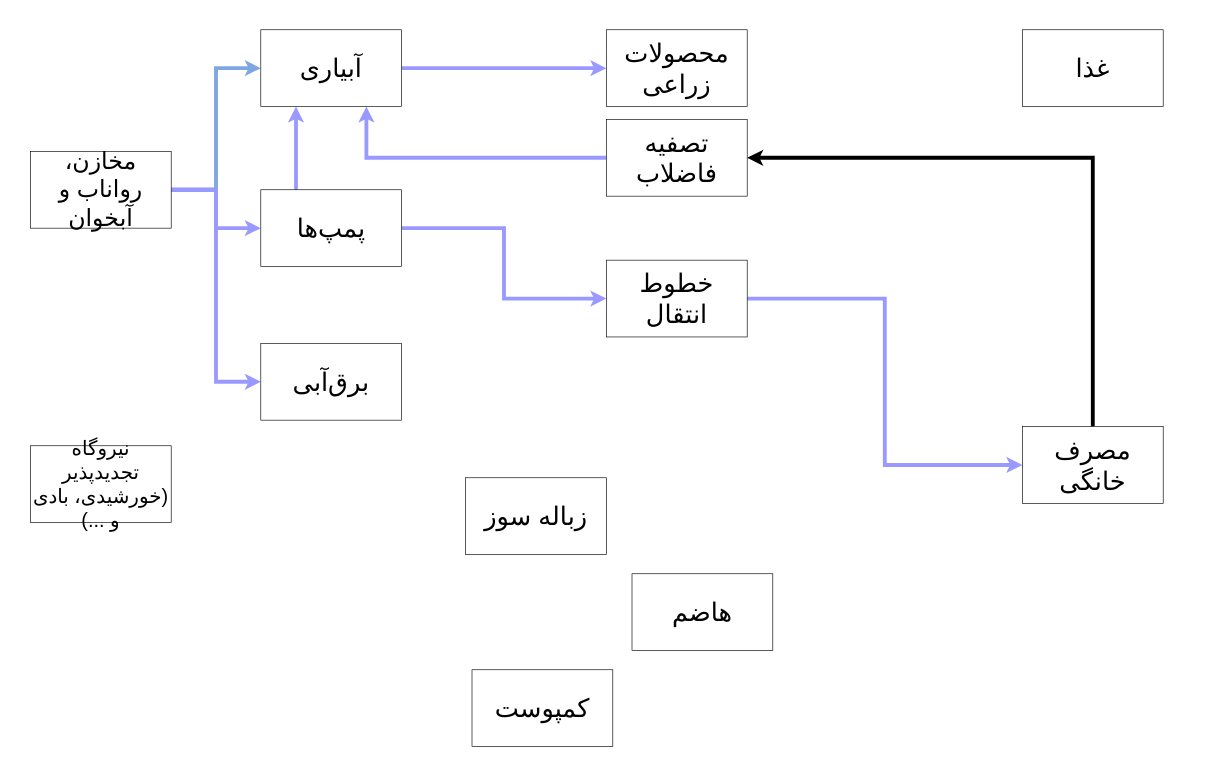
Before: tech.drawio in amirsarikhani/NEST, a draw.io diagram. Source tidied: cells renumbered, new cells numbered last; positions are measured from the earlier drawing's top-left corner, leaving out a move shared by most shapes. Both pictures are drawn from the tidied source at 64%, with x=0, y=0 at pixel (30, 29).
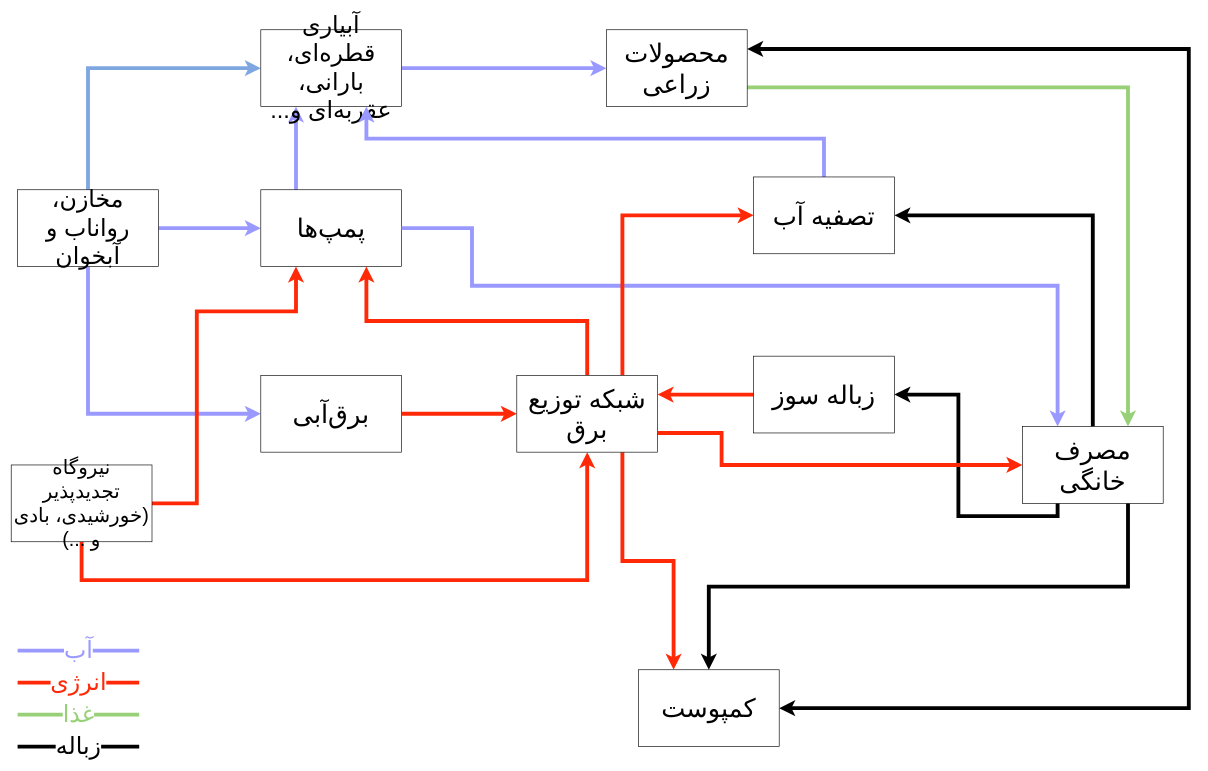
After the change.

The change refers to these unchanged cells:
```xml
<mxCell id="3" value="مصرف خانگی" style="rounded=0;whiteSpace=wrap;html=1;fontFamily=b nazanin;fontSize=40;textDirection=rtl;" parent="1" vertex="1">
  <mxGeometry x="1550" y="620" width="220" height="120" as="geometry" />
</mxCell>
<mxCell id="11" value="پمپ‌ها" style="rounded=0;whiteSpace=wrap;html=1;fontFamily=b nazanin;fontSize=40;textDirection=rtl;" parent="1" vertex="1">
  <mxGeometry x="360" y="250" width="220" height="120" as="geometry" />
</mxCell>
<mxCell id="17" value="محصولات زراعی" style="rounded=0;whiteSpace=wrap;html=1;fontFamily=b nazanin;fontSize=40;textDirection=rtl;" parent="1" vertex="1">
  <mxGeometry x="900" width="220" height="120" as="geometry" />
</mxCell>
```

What changed in the source:
```diff
@@
-    <mxCell id="2" style="edgeStyle=orthogonalEdgeStyle;rounded=0;jumpSize=6;jettySize=auto;html=1;exitX=0.5;exitY=0;exitDx=0;exitDy=0;fontFamily=b nazanin;fontSize=37;strokeWidth=6;entryX=1;entryY=0.5;entryDx=0;entryDy=0;" parent="1" edge="1" source="3" target="19">
+    <mxCell id="2" style="edgeStyle=orthogonalEdgeStyle;rounded=0;jumpSize=6;jettySize=auto;html=1;exitX=0.5;exitY=0;exitDx=0;exitDy=0;fontFamily=b nazanin;fontSize=37;strokeWidth=6;entryX=1;entryY=0.5;entryDx=0;entryDy=0;" parent="1" edge="1" source="3" target="23">
       <mxGeometry relative="1" as="geometry" />
     </mxCell>
+    <mxCell id="24" style="edgeStyle=orthogonalEdgeStyle;rounded=0;jumpSize=6;jettySize=auto;html=1;exitX=0.25;exitY=1;exitDx=0;exitDy=0;entryX=1;entryY=0.5;entryDx=0;entryDy=0;fontFamily=b nazanin;fontSize=37;strokeWidth=6;" parent="1" edge="1" source="3" target="22">
+      <mxGeometry relative="1" as="geometry" />
+    </mxCell>
+    <mxCell id="25" style="edgeStyle=orthogonalEdgeStyle;rounded=0;jumpSize=6;jettySize=auto;html=1;exitX=0.75;exitY=1;exitDx=0;exitDy=0;entryX=0.5;entryY=0;entryDx=0;entryDy=0;fontFamily=b nazanin;fontSize=37;strokeColor=#000000;strokeWidth=6;" parent="1" edge="1" source="3" target="21">
+      <mxGeometry relative="1" as="geometry" />
+    </mxCell>
@@
-    <mxCell id="4" value="غذا" style="rounded=0;whiteSpace=wrap;html=1;fontFamily=b nazanin;fontSize=40;textDirection=rtl;" parent="1" vertex="1">
-      <mxGeometry x="1550" width="220" height="120" as="geometry" />
-    </mxCell>
@@
-    <mxCell id="6" style="edgeStyle=orthogonalEdgeStyle;rounded=0;jettySize=auto;html=1;exitX=1;exitY=0.5;exitDx=0;exitDy=0;entryX=0;entryY=0.5;entryDx=0;entryDy=0;fontFamily=b nazanin;fontSize=37;strokeWidth=6;strokeColor=#7EA6E0;" parent="1" edge="1" source="8" target="16">
+    <mxCell id="6" style="edgeStyle=orthogonalEdgeStyle;rounded=0;jettySize=auto;html=1;exitX=0.5;exitY=0;exitDx=0;exitDy=0;entryX=0;entryY=0.5;entryDx=0;entryDy=0;fontFamily=b nazanin;fontSize=37;strokeWidth=6;strokeColor=#7EA6E0;" parent="1" edge="1" source="8" target="16">
       <mxGeometry relative="1" as="geometry" />
     </mxCell>
-    <mxCell id="7" style="edgeStyle=orthogonalEdgeStyle;rounded=0;jettySize=auto;html=1;exitX=1;exitY=0.5;exitDx=0;exitDy=0;entryX=0;entryY=0.5;entryDx=0;entryDy=0;fontFamily=b nazanin;fontSize=37;strokeWidth=6;strokeColor=#9999FF;" parent="1" edge="1" source="8" target="14">
+    <mxCell id="7" style="edgeStyle=orthogonalEdgeStyle;rounded=0;jettySize=auto;html=1;exitX=0.5;exitY=1;exitDx=0;exitDy=0;entryX=0;entryY=0.5;entryDx=0;entryDy=0;fontFamily=b nazanin;fontSize=37;strokeWidth=6;strokeColor=#9999FF;" parent="1" edge="1" source="8" target="14">
       <mxGeometry relative="1" as="geometry" />
     </mxCell>
     <mxCell id="8" value="مخازن، رواناب و آبخوان" style="rounded=0;whiteSpace=wrap;html=1;fontFamily=b nazanin;fontSize=37;textDirection=rtl;" parent="1" vertex="1">
-      <mxGeometry y="190" width="220" height="120" as="geometry" />
+      <mxGeometry x="-20" y="250" width="220" height="120" as="geometry" />
     </mxCell>
-    <mxCell id="9" style="edgeStyle=orthogonalEdgeStyle;rounded=0;jumpSize=6;jettySize=auto;html=1;exitX=1;exitY=0.5;exitDx=0;exitDy=0;entryX=0;entryY=0.5;entryDx=0;entryDy=0;fontFamily=b nazanin;fontSize=37;strokeColor=#9999FF;strokeWidth=6;" parent="1" edge="1" source="11" target="13">
-      <mxGeometry relative="1" as="geometry" />
-    </mxCell>
@@
-    <mxCell id="12" style="edgeStyle=orthogonalEdgeStyle;rounded=0;jumpSize=6;jettySize=auto;html=1;exitX=1;exitY=0.5;exitDx=0;exitDy=0;entryX=0;entryY=0.5;entryDx=0;entryDy=0;fontFamily=b nazanin;fontSize=37;strokeColor=#9999FF;strokeWidth=6;" parent="1" edge="1" source="13" target="3">
-      <mxGeometry relative="1" as="geometry" />
+    <mxCell id="12" style="edgeStyle=orthogonalEdgeStyle;rounded=0;jumpSize=6;jettySize=auto;html=1;exitX=1;exitY=0.5;exitDx=0;exitDy=0;entryX=0.25;entryY=0;entryDx=0;entryDy=0;fontFamily=b nazanin;fontSize=37;strokeColor=#9999FF;strokeWidth=6;" parent="1" edge="1" source="11" target="3">
+      <mxGeometry relative="1" as="geometry">
+        <Array as="points">
+          <mxPoint x="690" y="310" />
+          <mxPoint x="690" y="400" />
+          <mxPoint x="1605" y="400" />
+        </Array>
+      </mxGeometry>
     </mxCell>
-    <mxCell id="13" value="خطوط انتقال" style="rounded=0;whiteSpace=wrap;html=1;fontFamily=b nazanin;fontSize=40;textDirection=rtl;" parent="1" vertex="1">
-      <mxGeometry x="900" y="360" width="220" height="120" as="geometry" />
-    </mxCell>
+    <mxCell id="26" style="edgeStyle=orthogonalEdgeStyle;rounded=0;jumpSize=6;jettySize=auto;html=1;exitX=1;exitY=0.5;exitDx=0;exitDy=0;entryX=0;entryY=0.5;entryDx=0;entryDy=0;fontFamily=b nazanin;fontSize=37;startArrow=none;startFill=0;strokeColor=#FF2908;strokeWidth=6;" parent="1" edge="1" source="14" target="36">
+      <mxGeometry relative="1" as="geometry" />
+    </mxCell>
     <mxCell id="14" value="برق‌آبی" style="rounded=0;whiteSpace=wrap;html=1;fontFamily=b nazanin;fontSize=40;textDirection=rtl;" parent="1" vertex="1">
-      <mxGeometry x="360" y="490" width="220" height="120" as="geometry" />
+      <mxGeometry x="360" y="540" width="220" height="120" as="geometry" />
     </mxCell>
@@
-    <mxCell id="16" value="آبیاری" style="rounded=0;whiteSpace=wrap;html=1;fontFamily=b nazanin;fontSize=40;textDirection=rtl;" parent="1" vertex="1">
+    <mxCell id="16" value="آبیاری قطره‌ای، بارانی، عقربه‌ای و..." style="rounded=0;whiteSpace=wrap;html=1;fontFamily=b nazanin;fontSize=37;textDirection=rtl;" parent="1" vertex="1">
       <mxGeometry x="360" width="220" height="120" as="geometry" />
     </mxCell>
+    <mxCell id="27" style="edgeStyle=orthogonalEdgeStyle;rounded=0;jumpSize=6;jettySize=auto;html=1;exitX=1;exitY=0.75;exitDx=0;exitDy=0;entryX=0.75;entryY=0;entryDx=0;entryDy=0;fontFamily=b nazanin;fontSize=37;strokeColor=#97D077;strokeWidth=6;exitPerimeter=0;" parent="1" edge="1" source="17" target="3">
+      <mxGeometry relative="1" as="geometry" />
+    </mxCell>
+    <mxCell id="28" style="edgeStyle=orthogonalEdgeStyle;rounded=0;jumpSize=6;jettySize=auto;html=1;exitX=1;exitY=0.25;exitDx=0;exitDy=0;entryX=1;entryY=0.5;entryDx=0;entryDy=0;fontFamily=b nazanin;fontSize=37;strokeColor=#000000;strokeWidth=6;startArrow=classic;startFill=1;" parent="1" edge="1" source="17" target="21">
+      <mxGeometry relative="1" as="geometry">
+        <Array as="points">
+          <mxPoint x="1810" y="30" />
+          <mxPoint x="1810" y="1060" />
+        </Array>
+      </mxGeometry>
+    </mxCell>
@@
-    <mxCell id="18" style="edgeStyle=orthogonalEdgeStyle;rounded=0;jumpSize=6;jettySize=auto;html=1;exitX=0;exitY=0.5;exitDx=0;exitDy=0;entryX=0.75;entryY=1;entryDx=0;entryDy=0;fontFamily=b nazanin;fontSize=37;strokeWidth=6;strokeColor=#9999FF;" parent="1" edge="1" source="19" target="16">
+    <mxCell id="18" style="edgeStyle=orthogonalEdgeStyle;rounded=0;jumpSize=6;jettySize=auto;html=1;entryX=0.75;entryY=1;entryDx=0;entryDy=0;fontFamily=b nazanin;fontSize=37;strokeWidth=6;strokeColor=#9999FF;exitX=0.5;exitY=0;exitDx=0;exitDy=0;" parent="1" edge="1" source="23" target="16">
       <mxGeometry relative="1" as="geometry">
         <Array as="points">
-          <mxPoint x="900" y="200" />
-          <mxPoint x="525" y="200" />
+          <mxPoint x="1240" y="170" />
+          <mxPoint x="525" y="170" />
         </Array>
       </mxGeometry>
     </mxCell>
-    <mxCell id="19" value="تصفیه فاضلاب" style="rounded=0;whiteSpace=wrap;html=1;fontFamily=b nazanin;fontSize=40;textDirection=rtl;" parent="1" vertex="1">
-      <mxGeometry x="900" y="140" width="220" height="120" as="geometry" />
-    </mxCell>
+    <mxCell id="29" style="edgeStyle=orthogonalEdgeStyle;rounded=0;jumpSize=6;jettySize=auto;html=1;exitX=1;exitY=0.5;exitDx=0;exitDy=0;entryX=0.25;entryY=1;entryDx=0;entryDy=0;fontFamily=b nazanin;fontSize=37;startArrow=none;startFill=0;strokeColor=#FF2908;strokeWidth=6;" parent="1" edge="1" source="20" target="11">
+      <mxGeometry relative="1" as="geometry">
+        <Array as="points">
+          <mxPoint x="260" y="740" />
+          <mxPoint x="260" y="440" />
+          <mxPoint x="415" y="440" />
+        </Array>
+      </mxGeometry>
+    </mxCell>
+    <mxCell id="30" style="edgeStyle=orthogonalEdgeStyle;rounded=0;jumpSize=6;jettySize=auto;html=1;exitX=0.5;exitY=1;exitDx=0;exitDy=0;entryX=0.5;entryY=1;entryDx=0;entryDy=0;fontFamily=b nazanin;fontSize=37;startArrow=none;startFill=0;strokeColor=#FF2908;strokeWidth=6;" parent="1" edge="1" source="20" target="36">
+      <mxGeometry relative="1" as="geometry">
+        <Array as="points">
+          <mxPoint x="80" y="860" />
+          <mxPoint x="870" y="860" />
+        </Array>
+      </mxGeometry>
+    </mxCell>
     <mxCell id="20" value="نیروگاه تجدیدپذیر (خورشیدی، بادی و ...)" style="rounded=0;whiteSpace=wrap;html=1;fontFamily=b nazanin;fontSize=31;textDirection=rtl;" parent="1" vertex="1">
-      <mxGeometry y="650" width="220" height="120" as="geometry" />
+      <mxGeometry x="-30" y="680" width="220" height="120" as="geometry" />
     </mxCell>
     <mxCell id="21" value="کمپوست" style="rounded=0;whiteSpace=wrap;html=1;fontFamily=b nazanin;fontSize=40;textDirection=rtl;" parent="1" vertex="1">
-      <mxGeometry x="690" y="1000" width="220" height="120" as="geometry" />
+      <mxGeometry x="950" y="1000" width="220" height="120" as="geometry" />
     </mxCell>
+    <mxCell id="31" style="edgeStyle=orthogonalEdgeStyle;rounded=0;jumpSize=6;jettySize=auto;html=1;exitX=0;exitY=0.5;exitDx=0;exitDy=0;entryX=1;entryY=0.25;entryDx=0;entryDy=0;fontFamily=b nazanin;fontSize=37;startArrow=none;startFill=0;strokeColor=#FF2908;strokeWidth=6;" parent="1" edge="1" source="22" target="36">
+      <mxGeometry relative="1" as="geometry" />
+    </mxCell>
     <mxCell id="22" value="زباله سوز" style="rounded=0;whiteSpace=wrap;html=1;fontFamily=b nazanin;fontSize=40;textDirection=rtl;" parent="1" vertex="1">
-      <mxGeometry x="680" y="700" width="220" height="120" as="geometry" />
+      <mxGeometry x="1130" y="510" width="220" height="120" as="geometry" />
     </mxCell>
-    <mxCell id="23" value="هاضم" style="rounded=0;whiteSpace=wrap;html=1;fontFamily=b nazanin;fontSize=40;textDirection=rtl;" parent="1" vertex="1">
-      <mxGeometry x="940" y="850" width="220" height="120" as="geometry" />
+    <mxCell id="23" value="تصفیه آب" style="rounded=0;whiteSpace=wrap;html=1;fontFamily=b nazanin;fontSize=40;textDirection=rtl;" parent="1" vertex="1">
+      <mxGeometry x="1130" y="230" width="220" height="120" as="geometry" />
     </mxCell>
+    <mxCell id="32" style="edgeStyle=orthogonalEdgeStyle;rounded=0;jumpSize=6;jettySize=auto;html=1;exitX=1;exitY=0.75;exitDx=0;exitDy=0;entryX=0;entryY=0.5;entryDx=0;entryDy=0;fontFamily=b nazanin;fontSize=37;startArrow=none;startFill=0;strokeColor=#FF2908;strokeWidth=6;" parent="1" edge="1" source="36" target="3">
+      <mxGeometry relative="1" as="geometry">
+        <Array as="points">
+          <mxPoint x="1080" y="630" />
+          <mxPoint x="1080" y="680" />
+        </Array>
+      </mxGeometry>
+    </mxCell>
+    <mxCell id="33" style="edgeStyle=orthogonalEdgeStyle;rounded=0;jumpSize=6;jettySize=auto;html=1;exitX=0.5;exitY=0;exitDx=0;exitDy=0;entryX=0.75;entryY=1;entryDx=0;entryDy=0;fontFamily=b nazanin;fontSize=37;startArrow=none;startFill=0;strokeColor=#FF2908;strokeWidth=6;" parent="1" edge="1" source="36" target="11">
+      <mxGeometry relative="1" as="geometry" />
+    </mxCell>
+    <mxCell id="34" style="edgeStyle=orthogonalEdgeStyle;rounded=0;jumpSize=6;jettySize=auto;html=1;exitX=0.75;exitY=1;exitDx=0;exitDy=0;entryX=0.25;entryY=0;entryDx=0;entryDy=0;fontFamily=b nazanin;fontSize=37;startArrow=none;startFill=0;strokeColor=#FF2908;strokeWidth=6;" parent="1" edge="1" source="36" target="21">
+      <mxGeometry relative="1" as="geometry" />
+    </mxCell>
+    <mxCell id="35" style="edgeStyle=orthogonalEdgeStyle;rounded=0;jumpSize=6;jettySize=auto;html=1;exitX=0.75;exitY=0;exitDx=0;exitDy=0;entryX=0;entryY=0.5;entryDx=0;entryDy=0;fontFamily=b nazanin;fontSize=37;startArrow=none;startFill=0;strokeColor=#FF2908;strokeWidth=6;" parent="1" edge="1" source="36" target="23">
+      <mxGeometry relative="1" as="geometry" />
+    </mxCell>
+    <mxCell id="36" value="شبکه توزیع برق" style="rounded=0;whiteSpace=wrap;html=1;fontFamily=b nazanin;fontSize=40;textDirection=rtl;" parent="1" vertex="1">
+      <mxGeometry x="760" y="540" width="220" height="120" as="geometry" />
+    </mxCell>
+    <mxCell id="37" value="آب" style="endArrow=none;html=1;fontFamily=b nazanin;fontSize=37;strokeWidth=6;fontColor=#9999FF;strokeColor=#9999FF;" parent="1" edge="1">
+      <mxGeometry relative="1" as="geometry">
+        <mxPoint x="-20" y="970" as="sourcePoint" />
+        <mxPoint x="170" y="970" as="targetPoint" />
+      </mxGeometry>
+    </mxCell>
+    <mxCell id="38" value="انرژی" style="endArrow=none;html=1;fontFamily=b nazanin;fontSize=37;strokeColor=#FF2908;strokeWidth=6;fontColor=#FF2908;" parent="1" edge="1">
+      <mxGeometry relative="1" as="geometry">
+        <mxPoint x="-20" y="1020" as="sourcePoint" />
+        <mxPoint x="170" y="1020" as="targetPoint" />
+      </mxGeometry>
+    </mxCell>
+    <mxCell id="39" value="زباله" style="endArrow=none;html=1;fontFamily=b nazanin;fontSize=37;strokeWidth=6;" parent="1" edge="1">
+      <mxGeometry relative="1" as="geometry">
+        <mxPoint x="-20" y="1120" as="sourcePoint" />
+        <mxPoint x="170" y="1120" as="targetPoint" />
+      </mxGeometry>
+    </mxCell>
+    <mxCell id="4" value="غذا" style="endArrow=none;html=1;fontFamily=b nazanin;fontSize=37;strokeWidth=6;fontColor=#97D077;strokeColor=#97D077;" parent="1" edge="1">
+      <mxGeometry relative="1" as="geometry">
+        <mxPoint x="-20" y="1070" as="sourcePoint" />
+        <mxPoint x="170" y="1070" as="targetPoint" />
+      </mxGeometry>
+    </mxCell>
```
